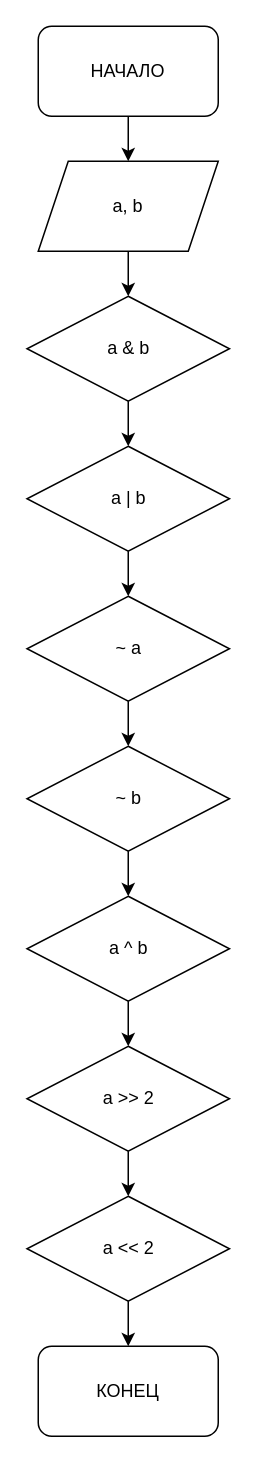
Before: lesson1.task2.drawio in phocaman/geekbrains.homework, a draw.io diagram. Source tidied: cells renumbered, new cells numbered last; positions are measured from the earlier drawing's top-left corner, leaving out a move shared by most shapes. Both pictures are drawn from the tidied source at 150%, with x=0, y=0 at pixel (26, 26).
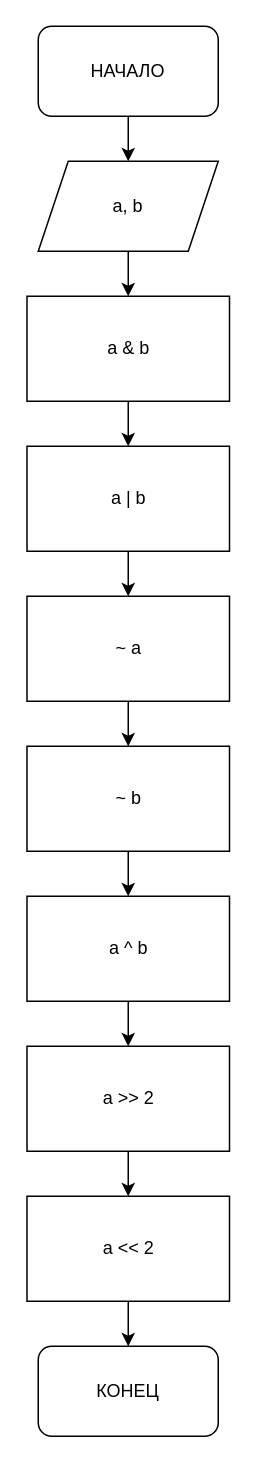
After the change.

The edit, as a diff of the source:
```diff
@@
-    <mxCell id="7" value="a &amp;amp; b" style="rhombus;whiteSpace=wrap;html=1;" parent="1" vertex="1">
+    <mxCell id="7" value="a &amp;amp; b" style="rounded=0;whiteSpace=wrap;html=1;" parent="1" vertex="1">
       <mxGeometry x="0.5" y="180" width="135" height="70" as="geometry" />
     </mxCell>
@@
-    <mxCell id="9" value="a | b" style="rhombus;whiteSpace=wrap;html=1;" parent="1" vertex="1">
+    <mxCell id="9" value="a | b" style="rounded=0;whiteSpace=wrap;html=1;rounded=0;" parent="1" vertex="1">
       <mxGeometry x="0.5" y="280" width="135" height="70" as="geometry" />
     </mxCell>
@@
-    <mxCell id="11" value="~ a" style="rhombus;whiteSpace=wrap;html=1;" parent="1" vertex="1">
+    <mxCell id="11" value="~ a" style="rounded=0;whiteSpace=wrap;html=1;rounded=0;" parent="1" vertex="1">
       <mxGeometry x="0.5" y="380" width="135" height="70" as="geometry" />
     </mxCell>
@@
-    <mxCell id="13" value="~ b" style="rhombus;whiteSpace=wrap;html=1;" parent="1" vertex="1">
+    <mxCell id="13" value="~ b" style="rounded=0;whiteSpace=wrap;html=1;rounded=0;" parent="1" vertex="1">
       <mxGeometry x="0.5" y="480" width="135" height="70" as="geometry" />
     </mxCell>
@@
-    <mxCell id="15" value="a ^ b" style="rhombus;whiteSpace=wrap;html=1;" parent="1" vertex="1">
+    <mxCell id="15" value="a ^ b" style="rounded=0;whiteSpace=wrap;html=1;rounded=0;" parent="1" vertex="1">
       <mxGeometry x="0.5" y="580" width="135" height="70" as="geometry" />
     </mxCell>
@@
-    <mxCell id="17" value="a &amp;gt;&amp;gt; 2" style="rhombus;whiteSpace=wrap;html=1;" parent="1" vertex="1">
+    <mxCell id="17" value="a &amp;gt;&amp;gt; 2" style="rounded=0;whiteSpace=wrap;html=1;rounded=0;" parent="1" vertex="1">
       <mxGeometry x="0.5" y="680" width="135" height="70" as="geometry" />
     </mxCell>
@@
-    <mxCell id="19" value="a &amp;lt;&amp;lt; 2" style="rhombus;whiteSpace=wrap;html=1;" parent="1" vertex="1">
+    <mxCell id="19" value="a &amp;lt;&amp;lt; 2" style="rounded=0;whiteSpace=wrap;html=1;rounded=0;" parent="1" vertex="1">
       <mxGeometry x="0.5" y="780" width="135" height="70" as="geometry" />
     </mxCell>
```
